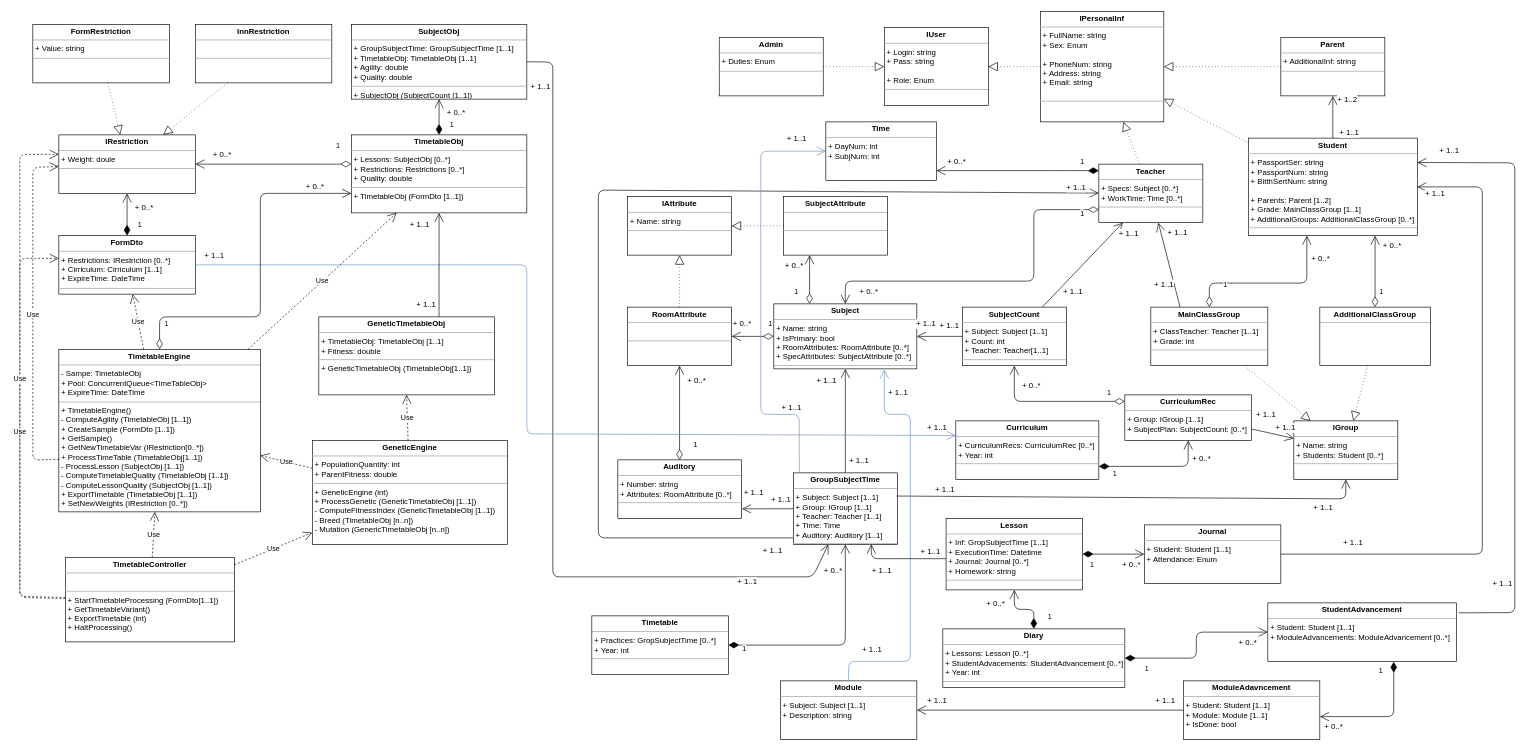
Before: EF-4.drawio in Timur-Faskhutdinov/E-education_TF, a draw.io diagram. Source tidied: cells renumbered, new cells numbered last; positions are measured from the earlier drawing's top-left corner, leaving out a move shared by most shapes. Both pictures are drawn from the tidied source at 65%, with x=0, y=0 at pixel (20, 11).
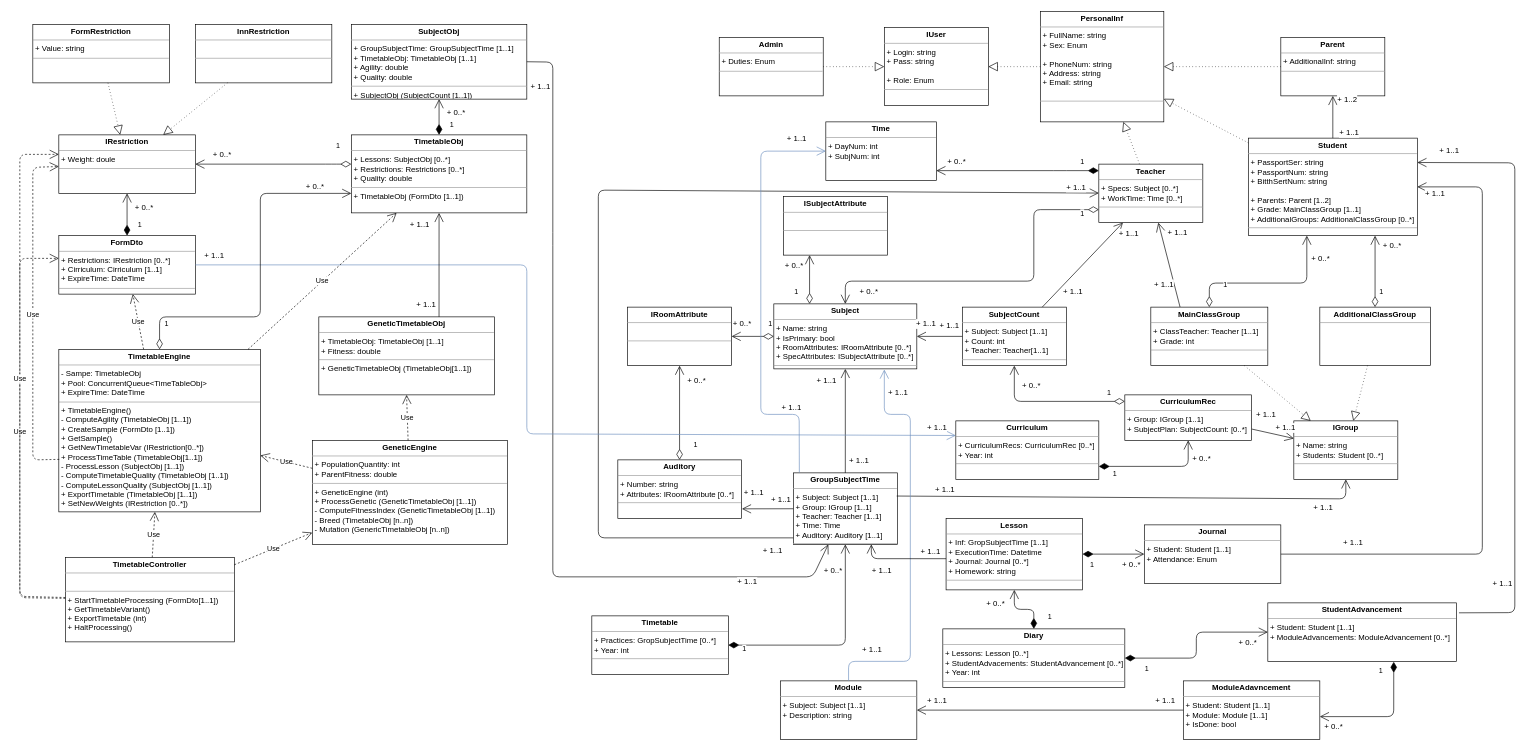
After the change.

Change to the diagram source:
```diff
@@
-    <mxCell id="3" value="&lt;p style=&quot;margin: 0px ; margin-top: 4px ; text-align: center&quot;&gt;&lt;b&gt;IPersonalInf&lt;/b&gt;&lt;/p&gt;&lt;hr size=&quot;1&quot;&gt;&lt;p style=&quot;margin: 0px ; margin-left: 4px&quot;&gt;+ FullName: string&lt;/p&gt;&lt;p style=&quot;margin: 0px ; margin-left: 4px&quot;&gt;+ Sex: Enum&lt;/p&gt;&lt;p style=&quot;margin: 0px ; margin-left: 4px&quot;&gt;&lt;br&gt;&lt;/p&gt;&lt;p style=&quot;margin: 0px ; margin-left: 4px&quot;&gt;+ PhoneNum: string&lt;/p&gt;&lt;p style=&quot;margin: 0px ; margin-left: 4px&quot;&gt;+ Address: string&lt;/p&gt;&lt;p style=&quot;margin: 0px ; margin-left: 4px&quot;&gt;+ Email: string&lt;/p&gt;&lt;p style=&quot;margin: 0px ; margin-left: 4px&quot;&gt;&lt;br&gt;&lt;/p&gt;&lt;hr size=&quot;1&quot;&gt;&lt;p style=&quot;margin: 0px ; margin-left: 4px&quot;&gt;&lt;br&gt;&lt;/p&gt;" style="verticalAlign=top;align=left;overflow=fill;fontSize=12;fontFamily=Helvetica;html=1;" parent="1" vertex="1">
+    <mxCell id="3" value="&lt;p style=&quot;margin: 0px ; margin-top: 4px ; text-align: center&quot;&gt;&lt;b&gt;PersonalInf&lt;/b&gt;&lt;/p&gt;&lt;hr size=&quot;1&quot;&gt;&lt;p style=&quot;margin: 0px ; margin-left: 4px&quot;&gt;+ FullName: string&lt;/p&gt;&lt;p style=&quot;margin: 0px ; margin-left: 4px&quot;&gt;+ Sex: Enum&lt;/p&gt;&lt;p style=&quot;margin: 0px ; margin-left: 4px&quot;&gt;&lt;br&gt;&lt;/p&gt;&lt;p style=&quot;margin: 0px ; margin-left: 4px&quot;&gt;+ PhoneNum: string&lt;/p&gt;&lt;p style=&quot;margin: 0px ; margin-left: 4px&quot;&gt;+ Address: string&lt;/p&gt;&lt;p style=&quot;margin: 0px ; margin-left: 4px&quot;&gt;+ Email: string&lt;/p&gt;&lt;p style=&quot;margin: 0px ; margin-left: 4px&quot;&gt;&lt;br&gt;&lt;/p&gt;&lt;hr size=&quot;1&quot;&gt;&lt;p style=&quot;margin: 0px ; margin-left: 4px&quot;&gt;&lt;br&gt;&lt;/p&gt;" style="verticalAlign=top;align=left;overflow=fill;fontSize=12;fontFamily=Helvetica;html=1;" parent="1" vertex="1">
       <mxGeometry x="1570" width="190" height="170" as="geometry" />
     </mxCell>
@@
-    <mxCell id="16" value="&lt;p style=&quot;margin: 0px ; margin-top: 4px ; text-align: center&quot;&gt;&lt;b&gt;Subject&lt;/b&gt;&lt;/p&gt;&lt;hr size=&quot;1&quot;&gt;&lt;p style=&quot;margin: 0px ; margin-left: 4px&quot;&gt;+ Name: string&lt;/p&gt;&lt;p style=&quot;margin: 0px ; margin-left: 4px&quot;&gt;+ IsPrimary: bool&lt;/p&gt;&lt;p style=&quot;margin: 0px ; margin-left: 4px&quot;&gt;+ RoomAttributes: RoomAttribute [0..*]&lt;/p&gt;&lt;p style=&quot;margin: 0px ; margin-left: 4px&quot;&gt;+ SpecAttributes: SubjectAttribute [0..*]&lt;/p&gt;&lt;hr size=&quot;1&quot;&gt;&lt;p style=&quot;margin: 0px ; margin-left: 4px&quot;&gt;&lt;br&gt;&lt;/p&gt;" style="verticalAlign=top;align=left;overflow=fill;fontSize=12;fontFamily=Helvetica;html=1;" parent="1" vertex="1">
+    <mxCell id="16" value="&lt;p style=&quot;margin: 0px ; margin-top: 4px ; text-align: center&quot;&gt;&lt;b&gt;Subject&lt;/b&gt;&lt;/p&gt;&lt;hr size=&quot;1&quot;&gt;&lt;p style=&quot;margin: 0px ; margin-left: 4px&quot;&gt;+ Name: string&lt;/p&gt;&lt;p style=&quot;margin: 0px ; margin-left: 4px&quot;&gt;+ IsPrimary: bool&lt;/p&gt;&lt;p style=&quot;margin: 0px ; margin-left: 4px&quot;&gt;+ RoomAttributes: IRoomAttribute [0..*]&lt;/p&gt;&lt;p style=&quot;margin: 0px ; margin-left: 4px&quot;&gt;+ SpecAttributes: ISubjectAttribute [0..*]&lt;/p&gt;&lt;hr size=&quot;1&quot;&gt;&lt;p style=&quot;margin: 0px ; margin-left: 4px&quot;&gt;&lt;br&gt;&lt;/p&gt;" style="verticalAlign=top;align=left;overflow=fill;fontSize=12;fontFamily=Helvetica;html=1;" parent="1" vertex="1">
       <mxGeometry x="1160" y="450" width="220" height="100" as="geometry" />
     </mxCell>
@@
-    <mxCell id="69" value="&lt;p style=&quot;margin: 0px ; margin-top: 4px ; text-align: center&quot;&gt;&lt;b&gt;RoomAttribute&lt;/b&gt;&lt;/p&gt;&lt;hr size=&quot;1&quot;&gt;&lt;p style=&quot;margin: 0px ; margin-left: 4px&quot;&gt;&lt;br&gt;&lt;/p&gt;&lt;hr size=&quot;1&quot;&gt;&lt;p style=&quot;margin: 0px ; margin-left: 4px&quot;&gt;&lt;br&gt;&lt;/p&gt;" style="verticalAlign=top;align=left;overflow=fill;fontSize=12;fontFamily=Helvetica;html=1;" parent="1" vertex="1">
+    <mxCell id="69" value="&lt;p style=&quot;margin: 0px ; margin-top: 4px ; text-align: center&quot;&gt;&lt;b&gt;IRoomAttribute&lt;/b&gt;&lt;/p&gt;&lt;hr size=&quot;1&quot;&gt;&lt;p style=&quot;margin: 0px ; margin-left: 4px&quot;&gt;&lt;br&gt;&lt;/p&gt;&lt;hr size=&quot;1&quot;&gt;&lt;p style=&quot;margin: 0px ; margin-left: 4px&quot;&gt;&lt;br&gt;&lt;/p&gt;" style="verticalAlign=top;align=left;overflow=fill;fontSize=12;fontFamily=Helvetica;html=1;" parent="1" vertex="1">
       <mxGeometry x="935" y="455" width="160" height="90" as="geometry" />
     </mxCell>
-    <mxCell id="70" value="&lt;p style=&quot;margin: 0px ; margin-top: 4px ; text-align: center&quot;&gt;&lt;b&gt;IAttribute&lt;/b&gt;&lt;/p&gt;&lt;hr size=&quot;1&quot;&gt;&lt;p style=&quot;margin: 0px ; margin-left: 4px&quot;&gt;+ Name: string&lt;/p&gt;&lt;hr size=&quot;1&quot;&gt;&lt;p style=&quot;margin: 0px ; margin-left: 4px&quot;&gt;&lt;br&gt;&lt;/p&gt;" style="verticalAlign=top;align=left;overflow=fill;fontSize=12;fontFamily=Helvetica;html=1;" parent="1" vertex="1">
-      <mxGeometry x="935" y="285" width="160" height="90" as="geometry" />
-    </mxCell>
-    <mxCell id="71" value="&lt;p style=&quot;margin: 0px ; margin-top: 4px ; text-align: center&quot;&gt;&lt;b&gt;SubjectAttribute&lt;/b&gt;&lt;/p&gt;&lt;hr size=&quot;1&quot;&gt;&lt;p style=&quot;margin: 0px ; margin-left: 4px&quot;&gt;&lt;br&gt;&lt;/p&gt;&lt;hr size=&quot;1&quot;&gt;&lt;p style=&quot;margin: 0px ; margin-left: 4px&quot;&gt;&lt;br&gt;&lt;/p&gt;" style="verticalAlign=top;align=left;overflow=fill;fontSize=12;fontFamily=Helvetica;html=1;" parent="1" vertex="1">
+    <mxCell id="71" value="&lt;p style=&quot;margin: 0px ; margin-top: 4px ; text-align: center&quot;&gt;&lt;b&gt;ISubjectAttribute&lt;/b&gt;&lt;/p&gt;&lt;hr size=&quot;1&quot;&gt;&lt;p style=&quot;margin: 0px ; margin-left: 4px&quot;&gt;&lt;br&gt;&lt;/p&gt;&lt;hr size=&quot;1&quot;&gt;&lt;p style=&quot;margin: 0px ; margin-left: 4px&quot;&gt;&lt;br&gt;&lt;/p&gt;" style="verticalAlign=top;align=left;overflow=fill;fontSize=12;fontFamily=Helvetica;html=1;" parent="1" vertex="1">
       <mxGeometry x="1175" y="285" width="160" height="90" as="geometry" />
     </mxCell>
-    <mxCell id="72" value="&lt;p style=&quot;margin: 0px ; margin-top: 4px ; text-align: center&quot;&gt;&lt;b&gt;Auditory&lt;/b&gt;&lt;/p&gt;&lt;hr size=&quot;1&quot;&gt;&lt;p style=&quot;margin: 0px ; margin-left: 4px&quot;&gt;+ Number: string&lt;/p&gt;&lt;p style=&quot;margin: 0px ; margin-left: 4px&quot;&gt;+ Attributes: RoomAttribute [0..*]&lt;/p&gt;&lt;hr size=&quot;1&quot;&gt;&lt;p style=&quot;margin: 0px ; margin-left: 4px&quot;&gt;&lt;br&gt;&lt;/p&gt;" style="verticalAlign=top;align=left;overflow=fill;fontSize=12;fontFamily=Helvetica;html=1;" parent="1" vertex="1">
+    <mxCell id="72" value="&lt;p style=&quot;margin: 0px ; margin-top: 4px ; text-align: center&quot;&gt;&lt;b&gt;Auditory&lt;/b&gt;&lt;/p&gt;&lt;hr size=&quot;1&quot;&gt;&lt;p style=&quot;margin: 0px ; margin-left: 4px&quot;&gt;+ Number: string&lt;/p&gt;&lt;p style=&quot;margin: 0px ; margin-left: 4px&quot;&gt;+ Attributes: IRoomAttribute [0..*]&lt;/p&gt;&lt;hr size=&quot;1&quot;&gt;&lt;p style=&quot;margin: 0px ; margin-left: 4px&quot;&gt;&lt;br&gt;&lt;/p&gt;" style="verticalAlign=top;align=left;overflow=fill;fontSize=12;fontFamily=Helvetica;html=1;" parent="1" vertex="1">
       <mxGeometry x="920" y="690" width="190" height="90" as="geometry" />
     </mxCell>
@@
-    <mxCell id="109" style="endArrow=block;dashed=1;endFill=0;endSize=12;html=1;dashPattern=1 4;" parent="1" edge="1" source="69" target="70">
-      <mxGeometry relative="1" as="geometry" />
-    </mxCell>
-    <mxCell id="110" style="endArrow=block;dashed=1;endFill=0;endSize=12;html=1;dashPattern=1 4;" parent="1" edge="1" source="71" target="70">
-      <mxGeometry relative="1" as="geometry" />
-    </mxCell>
```
